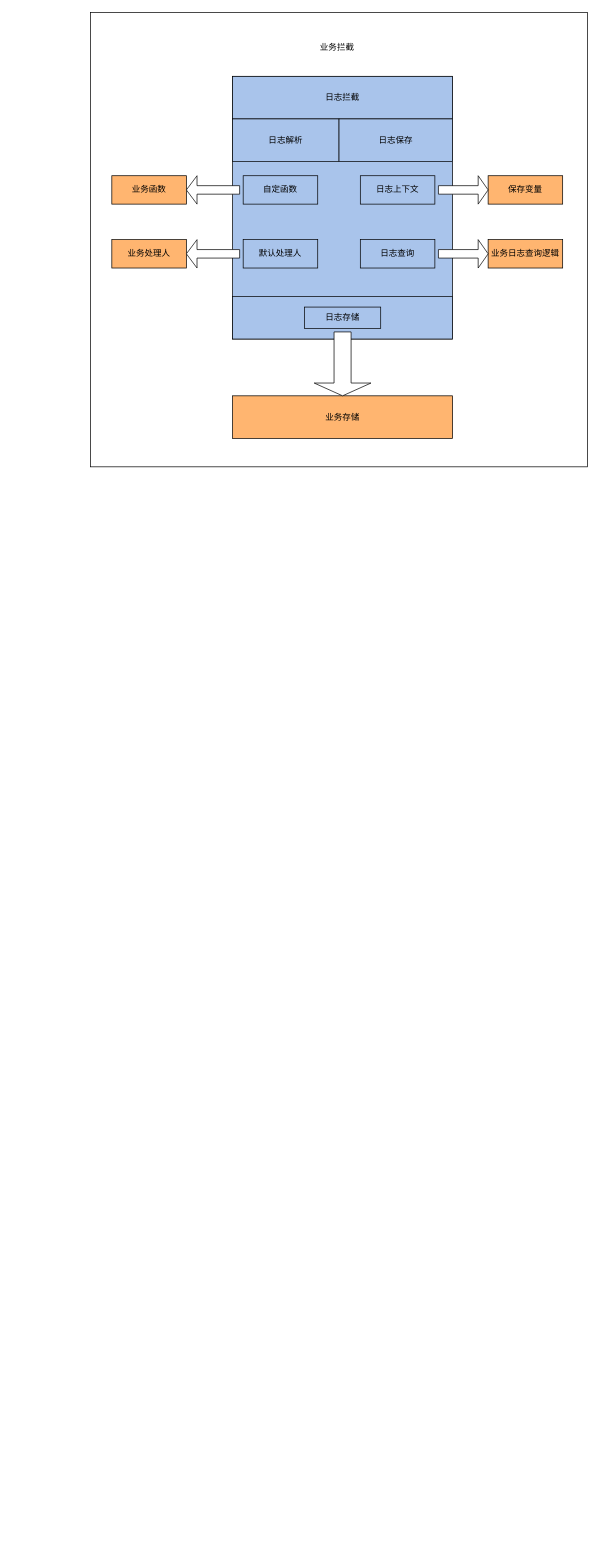
yindongjun/drawio-3 keeps this draw.io diagram as 通用操作日志图.drawio. Above is the earlier version. Source tidied: cells renumbered, new cells numbered last; positions are measured from the earlier drawing's top-left corner, leaving out a move shared by most shapes. Both pictures are drawn from the tidied source at 71%, with x=0, y=0 at pixel (90, 12).
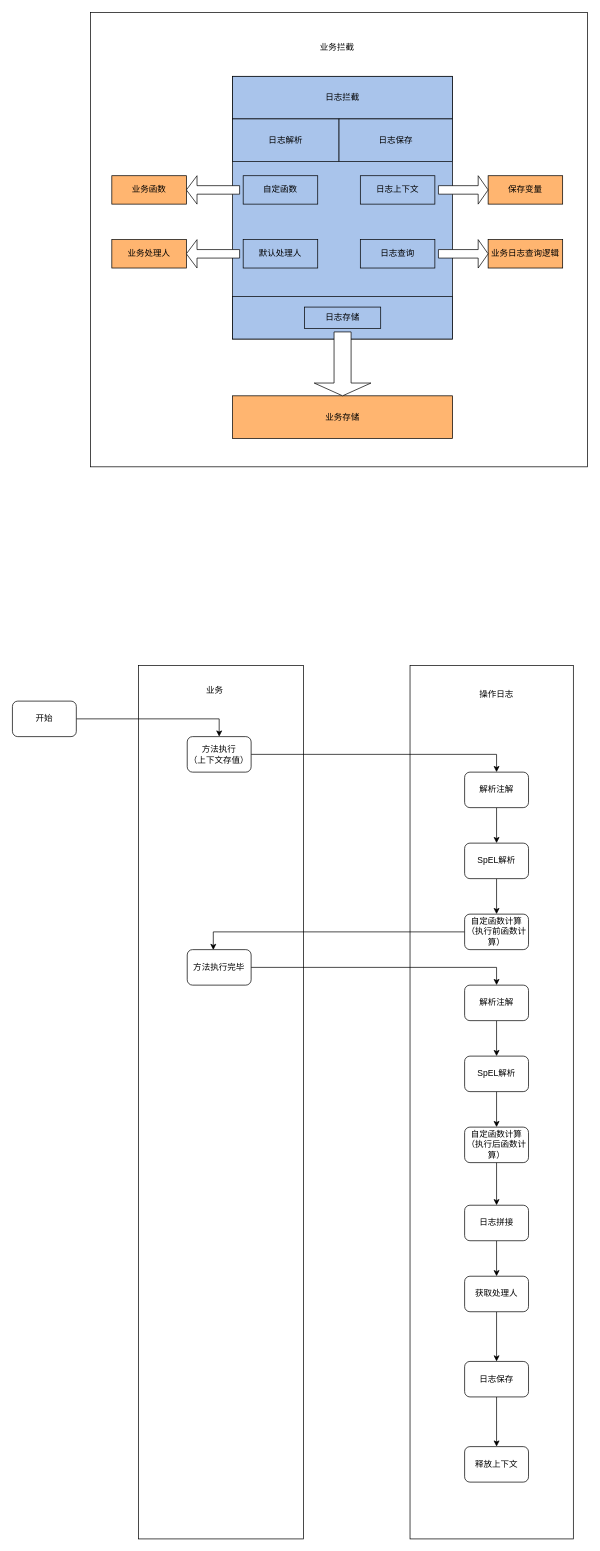
After the change.

Commit message:
Update 通用操作日志图.drawio

What changed in the source:
```diff
@@
+    <mxCell id="24" style="rounded=0;whiteSpace=wrap;html=1;" parent="1" vertex="1">
+      <mxGeometry x="67.5" y="920" width="232.5" height="1230" as="geometry" />
+    </mxCell>
+    <mxCell id="25" style="rounded=0;whiteSpace=wrap;html=1;" parent="1" vertex="1">
+      <mxGeometry x="450" y="920" width="230" height="1230" as="geometry" />
+    </mxCell>
+    <mxCell id="26" value="业务" style="text;html=1;strokeColor=none;fillColor=none;align=center;verticalAlign=middle;whiteSpace=wrap;rounded=0;" parent="1" vertex="1">
+      <mxGeometry x="135" y="940" width="80" height="30" as="geometry" />
+    </mxCell>
+    <mxCell id="27" value="操作日志" style="text;html=1;strokeColor=none;fillColor=none;align=center;verticalAlign=middle;whiteSpace=wrap;rounded=0;" parent="1" vertex="1">
+      <mxGeometry x="533.8" y="940" width="76.2" height="40" as="geometry" />
+    </mxCell>
+    <mxCell id="28" style="edgeStyle=orthogonalEdgeStyle;rounded=0;jettySize=auto;html=1;entryX=0.5;entryY=0;entryDx=0;entryDy=0;" parent="1" edge="1" source="29" target="31">
+      <mxGeometry relative="1" as="geometry" />
+    </mxCell>
+    <mxCell id="29" value="开始" style="rounded=1;whiteSpace=wrap;html=1;" parent="1" vertex="1">
+      <mxGeometry x="-110" y="970" width="90" height="50" as="geometry" />
+    </mxCell>
+    <mxCell id="30" style="edgeStyle=orthogonalEdgeStyle;rounded=0;jettySize=auto;html=1;entryX=0.5;entryY=0;entryDx=0;entryDy=0;" parent="1" edge="1" source="31" target="33">
+      <mxGeometry relative="1" as="geometry" />
+    </mxCell>
+    <mxCell id="31" value="方法执行&lt;br&gt;（上下文存值）" style="rounded=1;whiteSpace=wrap;html=1;" parent="1" vertex="1">
+      <mxGeometry x="136.2" y="1020" width="90" height="50" as="geometry" />
+    </mxCell>
+    <mxCell id="32" style="edgeStyle=orthogonalEdgeStyle;rounded=0;jettySize=auto;html=1;" parent="1" edge="1" source="33" target="35">
+      <mxGeometry relative="1" as="geometry" />
+    </mxCell>
+    <mxCell id="33" value="解析注解" style="rounded=1;whiteSpace=wrap;html=1;" parent="1" vertex="1">
+      <mxGeometry x="526.9" y="1070" width="90" height="50" as="geometry" />
+    </mxCell>
+    <mxCell id="34" style="edgeStyle=orthogonalEdgeStyle;rounded=0;jettySize=auto;html=1;" parent="1" edge="1" source="35" target="37">
+      <mxGeometry relative="1" as="geometry" />
+    </mxCell>
+    <mxCell id="35" value="SpEL解析" style="rounded=1;whiteSpace=wrap;html=1;" parent="1" vertex="1">
+      <mxGeometry x="526.9" y="1170" width="90" height="50" as="geometry" />
+    </mxCell>
+    <mxCell id="36" style="edgeStyle=orthogonalEdgeStyle;rounded=0;jettySize=auto;html=1;entryX=0.408;entryY=0.01;entryDx=0;entryDy=0;entryPerimeter=0;" parent="1" edge="1" source="37" target="39">
+      <mxGeometry relative="1" as="geometry" />
+    </mxCell>
+    <mxCell id="37" value="自定函数计算（执行前函数计算）" style="rounded=1;whiteSpace=wrap;html=1;" parent="1" vertex="1">
+      <mxGeometry x="526.9" y="1270" width="90" height="50" as="geometry" />
+    </mxCell>
+    <mxCell id="38" style="edgeStyle=orthogonalEdgeStyle;rounded=0;jettySize=auto;html=1;entryX=0.5;entryY=0;entryDx=0;entryDy=0;" parent="1" edge="1" source="39" target="41">
+      <mxGeometry relative="1" as="geometry" />
+    </mxCell>
+    <mxCell id="39" value="方法执行完毕&lt;br&gt;" style="rounded=1;whiteSpace=wrap;html=1;" parent="1" vertex="1">
+      <mxGeometry x="136.2" y="1320" width="90" height="50" as="geometry" />
+    </mxCell>
+    <mxCell id="40" style="edgeStyle=orthogonalEdgeStyle;rounded=0;jettySize=auto;html=1;" parent="1" edge="1" source="41" target="43">
+      <mxGeometry relative="1" as="geometry" />
+    </mxCell>
+    <mxCell id="41" value="解析注解" style="rounded=1;whiteSpace=wrap;html=1;" parent="1" vertex="1">
+      <mxGeometry x="526.9" y="1370" width="90" height="50" as="geometry" />
+    </mxCell>
+    <mxCell id="42" style="edgeStyle=orthogonalEdgeStyle;rounded=0;jettySize=auto;html=1;entryX=0.5;entryY=0;entryDx=0;entryDy=0;" parent="1" edge="1" source="43" target="45">
+      <mxGeometry relative="1" as="geometry" />
+    </mxCell>
+    <mxCell id="43" value="SpEL解析" style="rounded=1;whiteSpace=wrap;html=1;" parent="1" vertex="1">
+      <mxGeometry x="526.9" y="1470" width="90" height="50" as="geometry" />
+    </mxCell>
+    <mxCell id="44" style="edgeStyle=orthogonalEdgeStyle;rounded=0;jettySize=auto;html=1;entryX=0.5;entryY=0;entryDx=0;entryDy=0;" parent="1" edge="1" source="45" target="48">
+      <mxGeometry relative="1" as="geometry" />
+    </mxCell>
+    <mxCell id="45" value="自定函数计算（执行后函数计算）" style="rounded=1;whiteSpace=wrap;html=1;" parent="1" vertex="1">
+      <mxGeometry x="526.9" y="1570" width="90" height="50" as="geometry" />
+    </mxCell>
+    <mxCell id="46" value="释放上下文" style="rounded=1;whiteSpace=wrap;html=1;" parent="1" vertex="1">
+      <mxGeometry x="526.9" y="2020" width="90" height="50" as="geometry" />
+    </mxCell>
+    <mxCell id="47" style="edgeStyle=orthogonalEdgeStyle;rounded=0;jettySize=auto;html=1;" parent="1" edge="1" source="48" target="50">
+      <mxGeometry relative="1" as="geometry" />
+    </mxCell>
+    <mxCell id="48" value="日志拼接" style="rounded=1;whiteSpace=wrap;html=1;" parent="1" vertex="1">
+      <mxGeometry x="526.9" y="1680" width="90" height="50" as="geometry" />
+    </mxCell>
+    <mxCell id="49" style="edgeStyle=orthogonalEdgeStyle;rounded=0;jettySize=auto;html=1;" parent="1" edge="1" source="50" target="52">
+      <mxGeometry relative="1" as="geometry" />
+    </mxCell>
+    <mxCell id="50" value="获取处理人" style="rounded=1;whiteSpace=wrap;html=1;" parent="1" vertex="1">
+      <mxGeometry x="526.9" y="1780" width="90" height="50" as="geometry" />
+    </mxCell>
+    <mxCell id="51" style="edgeStyle=orthogonalEdgeStyle;rounded=0;jettySize=auto;html=1;" parent="1" edge="1" source="52" target="46">
+      <mxGeometry relative="1" as="geometry" />
+    </mxCell>
+    <mxCell id="52" value="日志保存" style="rounded=1;whiteSpace=wrap;html=1;" parent="1" vertex="1">
+      <mxGeometry x="526.9" y="1900" width="90" height="50" as="geometry" />
+    </mxCell>
```
